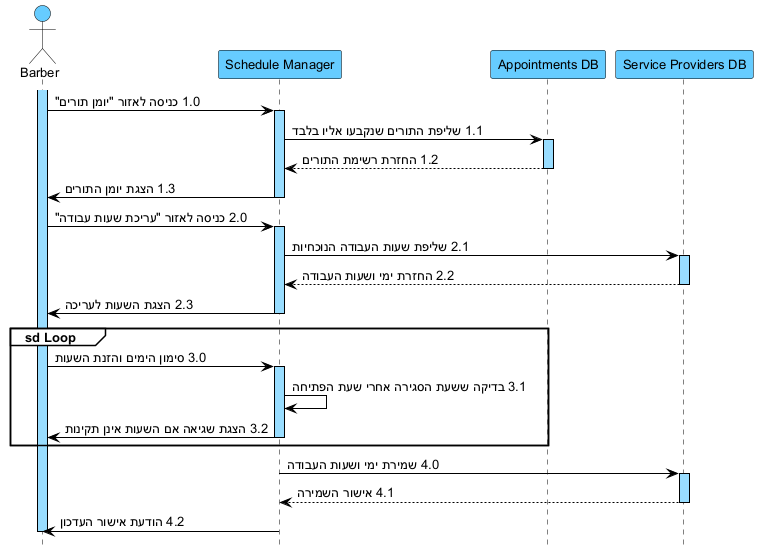
Earlier version of the PlantUML export docs/diagrams/png/09-seq-suc09-יומן-ושעות.png (arielkaplan20/GOLDEN_HAIR_SALOAN).
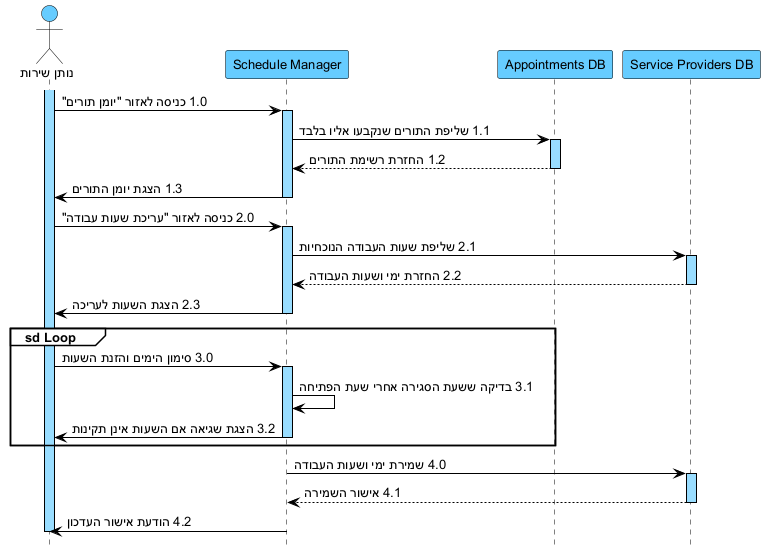
After the change.

Diff of the diagram source:
```diff
@@ -19,7 +19,7 @@
 GroupHeaderFontColor black
 }
 
-actor "Barber" as B
+actor "נותן שירות" as B
 participant "Schedule Manager" as SCM
 participant "Appointments DB" as ADB
 participant "Service Providers DB" as SDB
```
